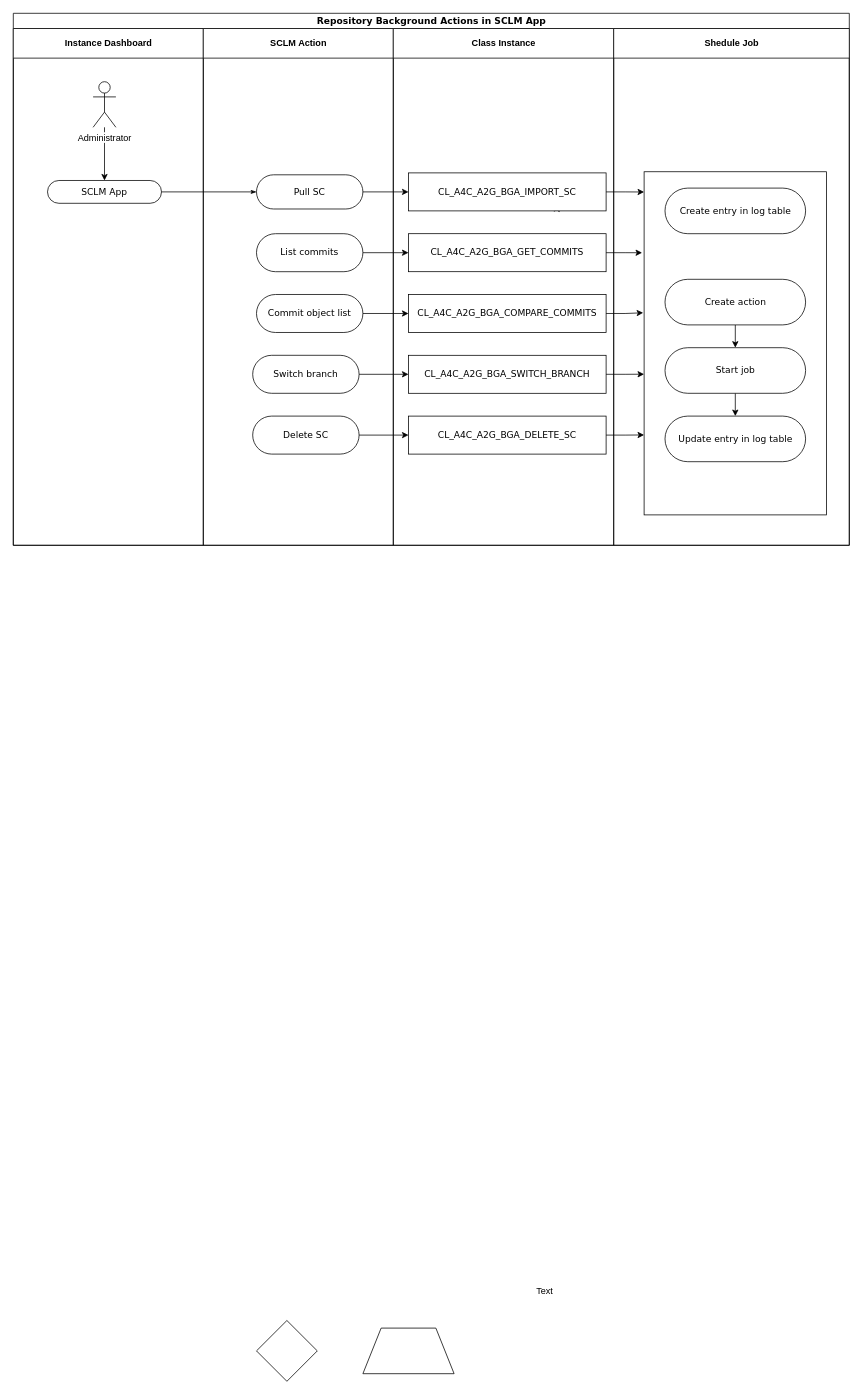
Above: Untitled Diagram.drawio in derev-o/home (draw.io), before the change. Source tidied: cells renumbered, new cells numbered last; positions are measured from the earlier drawing's top-left corner, leaving out a move shared by most shapes. Both pictures are drawn from the tidied source at 76%, with x=0, y=0 at pixel (13, 13).
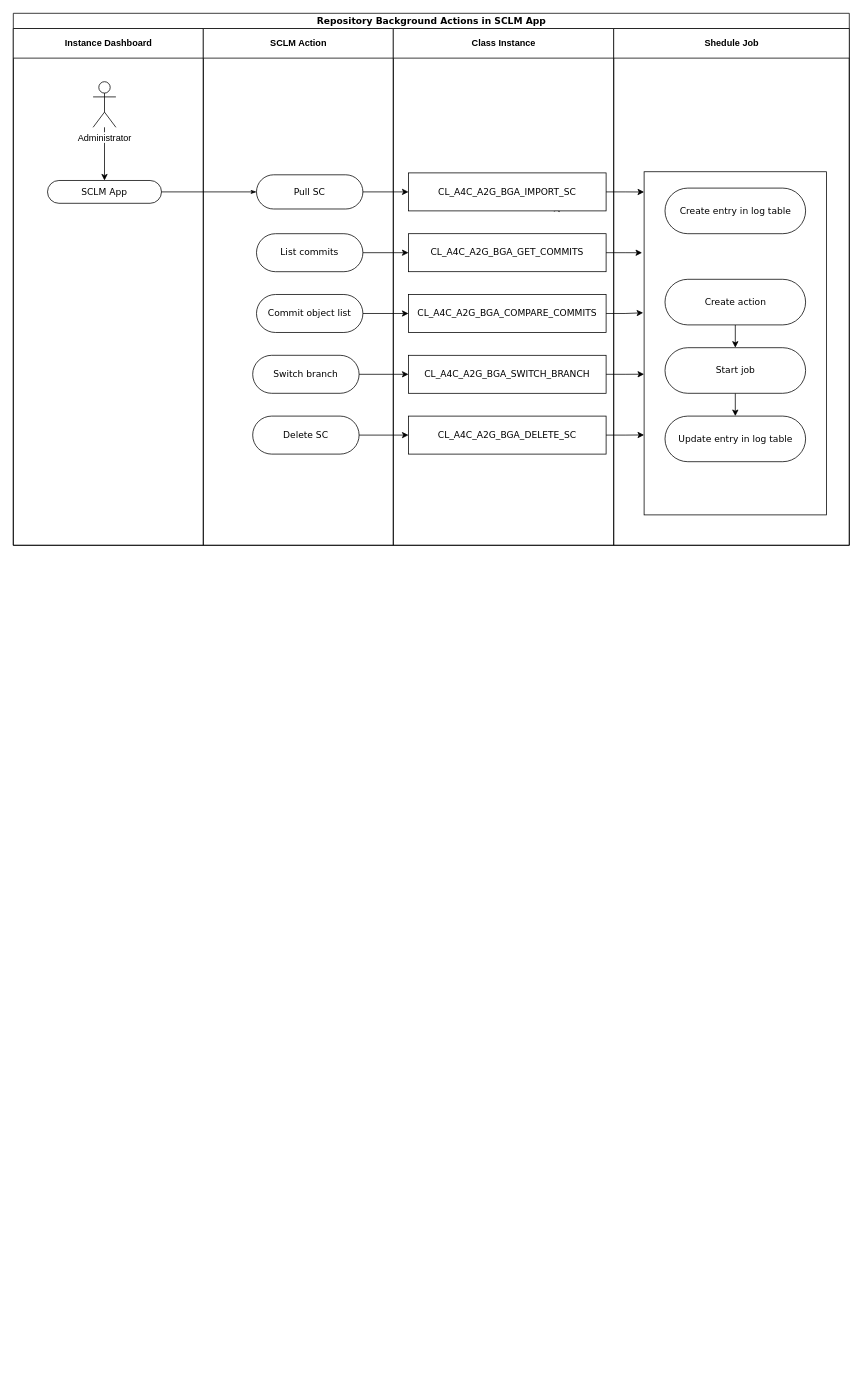
The same page after the edit.

Change to the diagram source:
```diff
@@
-    <mxCell id="2" value="Text" style="text;html=1;align=center;verticalAlign=middle;" parent="1" vertex="1">
-      <mxGeometry x="679" y="1671" width="40" height="20" as="geometry" />
-    </mxCell>
-    <mxCell id="3" style="rhombus;whiteSpace=wrap;html=1;" parent="1" vertex="1">
-      <mxGeometry x="320" y="1720" width="80" height="80" as="geometry" />
-    </mxCell>
-    <mxCell id="4" style="shape=trapezoid;perimeter=trapezoidPerimeter;whiteSpace=wrap;html=1;" parent="1" vertex="1">
-      <mxGeometry x="460" y="1730" width="120" height="60" as="geometry" />
-    </mxCell>
```
